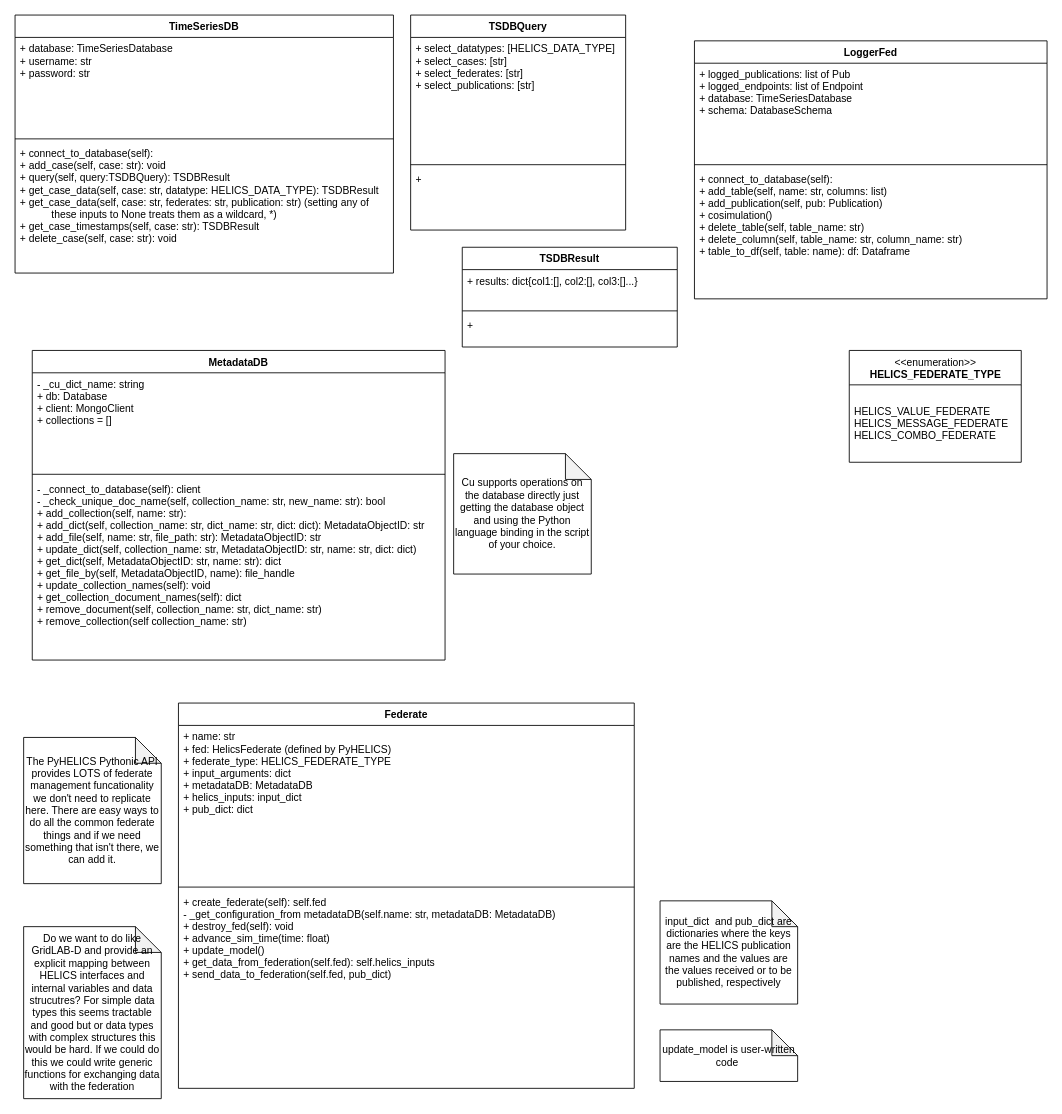
This is docs/design/FY24_copper_classes.drawio from pnnl/cst, a draw.io file, before an edit. Source tidied: cells renumbered, new cells numbered last; positions are measured from the earlier drawing's top-left corner, leaving out a move shared by most shapes. Both pictures are drawn from the tidied source at 86%, with x=0, y=0 at pixel (15, 15).
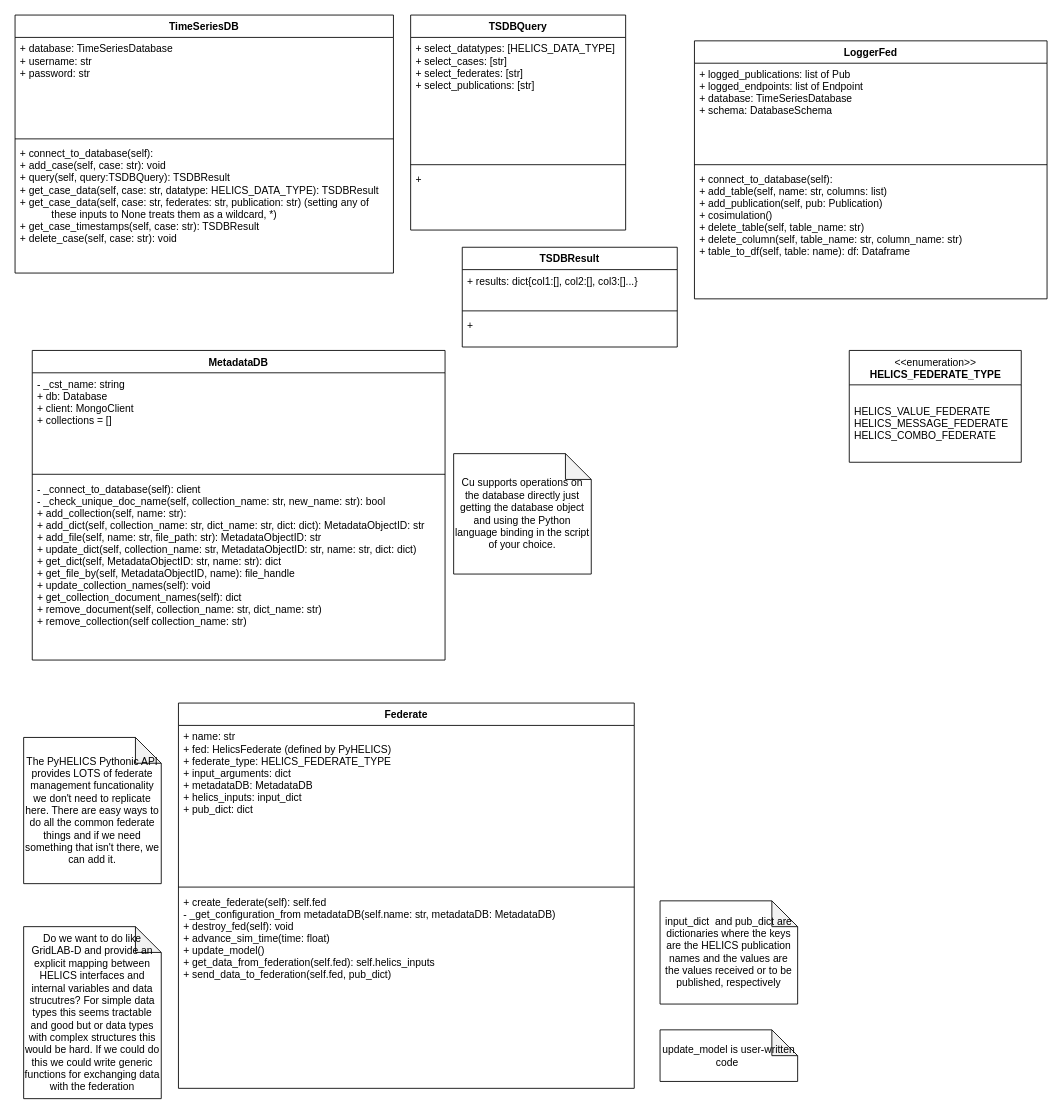
After the change.

The change refers to these unchanged cells:
```xml
<mxCell id="10" value="MetadataDB" style="swimlane;fontStyle=1;align=center;verticalAlign=top;horizontal=1;startSize=26;" parent="1" vertex="1">
  <mxGeometry x="20" y="390" width="480" height="360" as="geometry" />
</mxCell>
```

Change to the diagram source:
```diff
@@
-    <mxCell id="11" value="- _cu_dict_name: string&#10;+ db: Database&#10;+ client: MongoClient&#10;+ collections = []&#10;" style="text;strokeColor=none;fillColor=none;align=left;verticalAlign=top;spacingLeft=4;spacingRight=4;overflow=hidden;" parent="10" vertex="1">
+    <mxCell id="11" value="- _cst_name: string&#10;+ db: Database&#10;+ client: MongoClient&#10;+ collections = []&#10;" style="text;strokeColor=none;fillColor=none;align=left;verticalAlign=top;spacingLeft=4;spacingRight=4;overflow=hidden;" parent="10" vertex="1">
       <mxGeometry y="26" width="480" height="114" as="geometry" />
     </mxCell>
```
